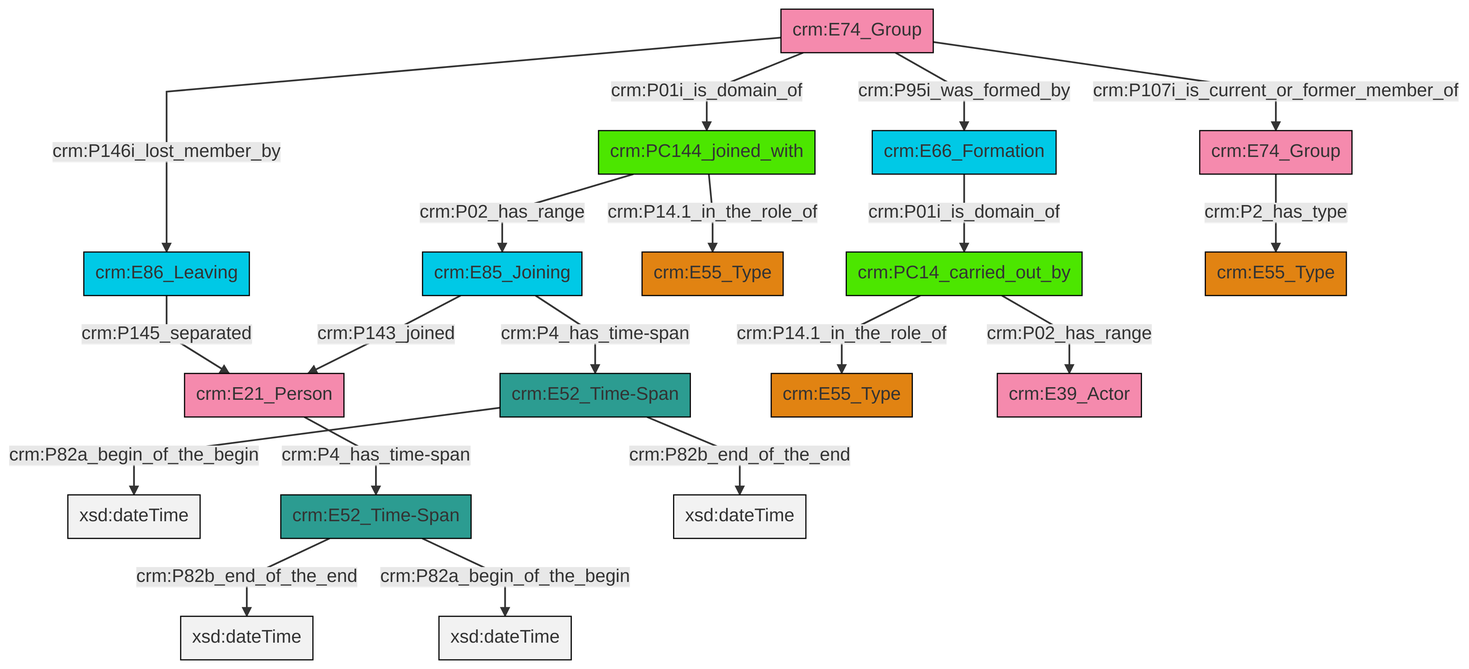
The Mermaid diagram et/groupCSV/ttl/mmd/png/group_actor_relations.png in swiss-art-research-net/docs.swissartresearch, before a commit. Its source is kept beside it as et/groupCSV/ttl/mmd/group_actor_relations.ttl.mmd.
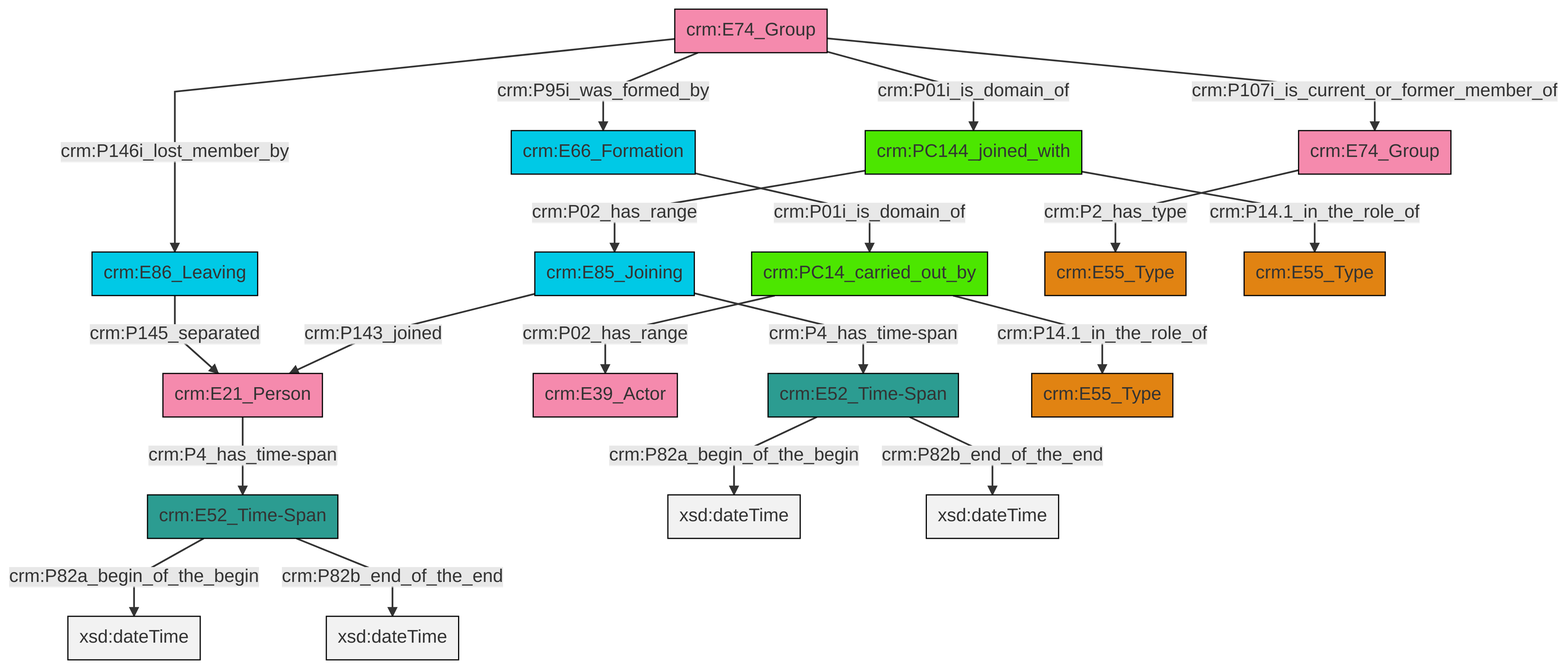
After the change.

Diff of the diagram source:
```diff
@@ -13,21 +13,21 @@
 classDef PC_Classes fill:#4ce600, stroke:#000000;
 classDef Multi fill:#cccccc,stroke:#000000;
 
-0["crm:E52_Time-Span"]:::Time-Span -->|crm:P82a_begin_of_the_begin| 1[xsd:dateTime]:::Literal
-6["crm:E74_Group"]:::Actor -->|crm:P146i_lost_member_by| 2["crm:E86_Leaving"]:::Temporal_Entity
-7["crm:E21_Person"]:::Actor -->|crm:P4_has_time-span| 8["crm:E52_Time-Span"]:::Time-Span
-4["crm:E66_Formation"]:::Temporal_Entity -->|crm:P01i_is_domain_of| 9["crm:PC14_carried_out_by"]:::PC_Classes
-14["crm:PC144_joined_with"]:::PC_Classes -->|crm:P14.1_in_the_role_of| 11["crm:E55_Type"]:::Type
-15["crm:E85_Joining"]:::Temporal_Entity -->|crm:P4_has_time-span| 0["crm:E52_Time-Span"]:::Time-Span
-15["crm:E85_Joining"]:::Temporal_Entity -->|crm:P143_joined| 7["crm:E21_Person"]:::Actor
-2["crm:E86_Leaving"]:::Temporal_Entity -->|crm:P145_separated| 7["crm:E21_Person"]:::Actor
-0["crm:E52_Time-Span"]:::Time-Span -->|crm:P82b_end_of_the_end| 19[xsd:dateTime]:::Literal
-6["crm:E74_Group"]:::Actor -->|crm:P95i_was_formed_by| 4["crm:E66_Formation"]:::Temporal_Entity
-8["crm:E52_Time-Span"]:::Time-Span -->|crm:P82b_end_of_the_end| 25[xsd:dateTime]:::Literal
-14["crm:PC144_joined_with"]:::PC_Classes -->|crm:P02_has_range| 15["crm:E85_Joining"]:::Temporal_Entity
-9["crm:PC14_carried_out_by"]:::PC_Classes -->|crm:P02_has_range| 26["crm:E39_Actor"]:::Actor
-6["crm:E74_Group"]:::Actor -->|crm:P107i_is_current_or_former_member_of| 16["crm:E74_Group"]:::Actor
-6["crm:E74_Group"]:::Actor -->|crm:P01i_is_domain_of| 14["crm:PC144_joined_with"]:::PC_Classes
-16["crm:E74_Group"]:::Actor -->|crm:P2_has_type| 30["crm:E55_Type"]:::Type
-8["crm:E52_Time-Span"]:::Time-Span -->|crm:P82a_begin_of_the_begin| 34[xsd:dateTime]:::Literal
-9["crm:PC14_carried_out_by"]:::PC_Classes -->|crm:P14.1_in_the_role_of| 22["crm:E55_Type"]:::Type
+0["crm:E74_Group"]:::Actor -->|crm:P01i_is_domain_of| 1["crm:PC144_joined_with"]:::PC_Classes
+2["crm:E86_Leaving"]:::Temporal_Entity -->|crm:P145_separated| 3["crm:E21_Person"]:::Actor
+4["crm:E66_Formation"]:::Temporal_Entity -->|crm:P01i_is_domain_of| 5["crm:PC14_carried_out_by"]:::PC_Classes
+6["crm:E85_Joining"]:::Temporal_Entity -->|crm:P143_joined| 3["crm:E21_Person"]:::Actor
+3["crm:E21_Person"]:::Actor -->|crm:P4_has_time-span| 8["crm:E52_Time-Span"]:::Time-Span
+1["crm:PC144_joined_with"]:::PC_Classes -->|crm:P02_has_range| 6["crm:E85_Joining"]:::Temporal_Entity
+5["crm:PC14_carried_out_by"]:::PC_Classes -->|crm:P02_has_range| 10["crm:E39_Actor"]:::Actor
+0["crm:E74_Group"]:::Actor -->|crm:P95i_was_formed_by| 4["crm:E66_Formation"]:::Temporal_Entity
+8["crm:E52_Time-Span"]:::Time-Span -->|crm:P82a_begin_of_the_begin| 16[xsd:dateTime]:::Literal
+17["crm:E52_Time-Span"]:::Time-Span -->|crm:P82a_begin_of_the_begin| 18[xsd:dateTime]:::Literal
+8["crm:E52_Time-Span"]:::Time-Span -->|crm:P82b_end_of_the_end| 19[xsd:dateTime]:::Literal
+1["crm:PC144_joined_with"]:::PC_Classes -->|crm:P14.1_in_the_role_of| 22["crm:E55_Type"]:::Type
+0["crm:E74_Group"]:::Actor -->|crm:P146i_lost_member_by| 2["crm:E86_Leaving"]:::Temporal_Entity
+5["crm:PC14_carried_out_by"]:::PC_Classes -->|crm:P14.1_in_the_role_of| 20["crm:E55_Type"]:::Type
+6["crm:E85_Joining"]:::Temporal_Entity -->|crm:P4_has_time-span| 17["crm:E52_Time-Span"]:::Time-Span
+0["crm:E74_Group"]:::Actor -->|crm:P107i_is_current_or_former_member_of| 27["crm:E74_Group"]:::Actor
+27["crm:E74_Group"]:::Actor -->|crm:P2_has_type| 13["crm:E55_Type"]:::Type
+17["crm:E52_Time-Span"]:::Time-Span -->|crm:P82b_end_of_the_end| 33[xsd:dateTime]:::Literal
```
